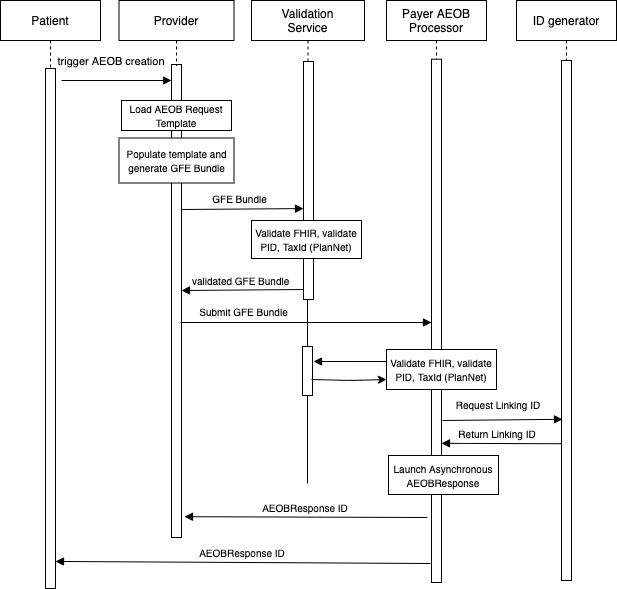
Above: input/images/SubmitAEOB.drawio.png in HL7/davinci-pct (draw.io), before the change. Source tidied: cells renumbered, new cells last; positions are measured from the earlier drawing's top-left corner, leaving out a move shared by most shapes.
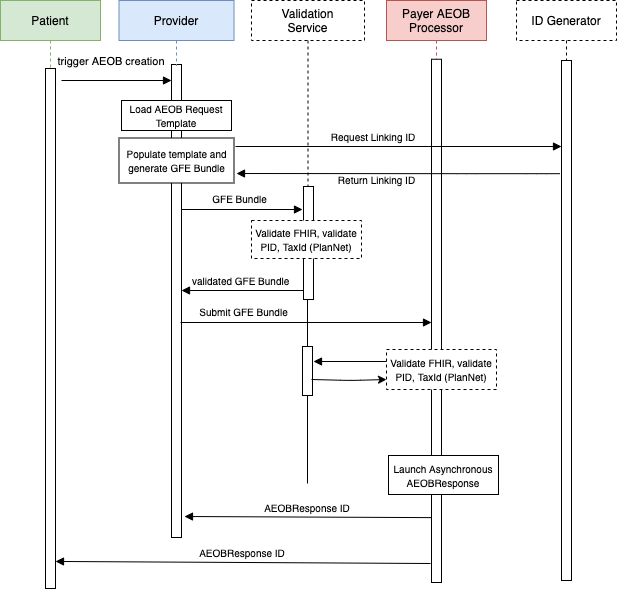
Above is the later version.

Change to the diagram source:
```diff
@@ -18,7 +18,7 @@
     <mxCell id="4" style="points=[];perimeter=orthogonalPerimeter;rounded=0;shadow=0;strokeWidth=1;" parent="1" vertex="1">
       <mxGeometry x="171" y="64" width="10" height="473" as="geometry" />
     </mxCell>
-    <mxCell id="5" value="Provider" style="shape=umlLifeline;perimeter=lifelinePerimeter;rounded=0;shadow=0;strokeWidth=1;" parent="1" vertex="1">
+    <mxCell id="5" value="Provider" style="shape=umlLifeline;perimeter=lifelinePerimeter;rounded=0;shadow=0;strokeWidth=1;fillColor=#dae8fc;strokeColor=#6c8ebf;" parent="1" vertex="1">
       <mxGeometry x="118.5" width="115" height="65" as="geometry" />
     </mxCell>
     <mxCell id="6" value="&lt;font style=&quot;font-size: 10px&quot;&gt;Load AEOB Request Template&lt;/font&gt;" style="rounded=0;whiteSpace=wrap;html=1;" parent="5" vertex="1">
@@ -27,7 +27,7 @@
     <mxCell id="7" value="&lt;font style=&quot;font-size: 10px&quot;&gt;Populate template and generate GFE Bundle&lt;/font&gt;" style="rounded=0;whiteSpace=wrap;html=1;" parent="5" vertex="1">
       <mxGeometry y="137.5" width="115" height="45" as="geometry" />
     </mxCell>
-    <mxCell id="8" value="Payer AEOB&#10;Processor" style="shape=umlLifeline;perimeter=lifelinePerimeter;rounded=0;shadow=0;strokeWidth=1;" parent="1" vertex="1">
+    <mxCell id="8" value="Payer AEOB&#10;Processor" style="shape=umlLifeline;perimeter=lifelinePerimeter;rounded=0;shadow=0;strokeWidth=1;fillColor=#f8cecc;strokeColor=#b85450;" parent="1" vertex="1">
       <mxGeometry x="386" width="100" height="443" as="geometry" />
     </mxCell>
     <mxCell id="9" style="points=[];perimeter=orthogonalPerimeter;rounded=0;shadow=0;strokeWidth=1;" parent="1" vertex="1">
@@ -42,22 +42,22 @@
         </Array>
       </mxGeometry>
     </mxCell>
-    <mxCell id="11" value="Patient" style="shape=umlLifeline;perimeter=lifelinePerimeter;rounded=0;shadow=0;strokeWidth=1;" parent="1" vertex="1">
+    <mxCell id="11" value="Patient" style="shape=umlLifeline;perimeter=lifelinePerimeter;rounded=0;shadow=0;strokeWidth=1;fillColor=#d5e8d4;strokeColor=#82b366;" parent="1" vertex="1">
       <mxGeometry width="100" height="588" as="geometry" />
     </mxCell>
     <mxCell id="12" style="points=[];perimeter=orthogonalPerimeter;rounded=0;shadow=0;strokeWidth=1;" parent="11" vertex="1">
       <mxGeometry x="45" y="68" width="10" height="520" as="geometry" />
     </mxCell>
-    <mxCell id="13" value="Validation&#10;Service" style="shape=umlLifeline;perimeter=lifelinePerimeter;rounded=0;shadow=0;strokeWidth=1;" parent="1" vertex="1">
+    <mxCell id="13" value="Validation&#10;Service" style="shape=umlLifeline;perimeter=lifelinePerimeter;rounded=0;shadow=0;strokeWidth=1;dashed=1;" parent="1" vertex="1">
       <mxGeometry x="251" width="113" height="299" as="geometry" />
     </mxCell>
     <mxCell id="14" style="points=[];perimeter=orthogonalPerimeter;rounded=0;shadow=0;strokeWidth=1;" parent="13" vertex="1">
-      <mxGeometry x="52" y="61" width="10" height="238" as="geometry" />
+      <mxGeometry x="52" y="186" width="10" height="113" as="geometry" />
     </mxCell>
-    <mxCell id="15" value="&lt;font style=&quot;font-size: 10px&quot;&gt;Validate FHIR, validate PID, TaxId (PlanNet)&lt;/font&gt;" style="rounded=0;whiteSpace=wrap;html=1;" parent="13" vertex="1">
+    <mxCell id="15" value="&lt;font style=&quot;font-size: 10px&quot;&gt;Validate FHIR, validate PID, TaxId (PlanNet)&lt;/font&gt;" style="rounded=0;whiteSpace=wrap;html=1;dashed=1;" parent="13" vertex="1">
       <mxGeometry y="220" width="110" height="38" as="geometry" />
     </mxCell>
-    <mxCell id="16" value="ID generator" style="shape=umlLifeline;perimeter=lifelinePerimeter;rounded=0;shadow=0;strokeWidth=1;" parent="1" vertex="1">
+    <mxCell id="16" value="ID Generator" style="shape=umlLifeline;perimeter=lifelinePerimeter;rounded=0;shadow=0;strokeWidth=1;dashed=1;" parent="1" vertex="1">
       <mxGeometry x="516" width="100" height="535" as="geometry" />
     </mxCell>
     <mxCell id="17" style="verticalAlign=bottom;endArrow=block;shadow=0;strokeWidth=1;" parent="1" edge="1">
@@ -66,13 +66,15 @@
         <mxPoint x="431" y="322" as="targetPoint" />
       </mxGeometry>
     </mxCell>
-    <mxCell id="18" style="verticalAlign=bottom;endArrow=block;entryX=0;entryY=0.618;shadow=0;strokeWidth=1;entryDx=0;entryDy=0;entryPerimeter=0;" parent="1" edge="1" target="14">
+    <mxCell id="18" style="verticalAlign=bottom;endArrow=block;shadow=0;strokeWidth=1;" parent="1" edge="1">
       <mxGeometry relative="1" as="geometry">
         <mxPoint x="181" y="209" as="sourcePoint" />
+        <mxPoint x="302" y="209" as="targetPoint" />
       </mxGeometry>
     </mxCell>
-    <mxCell id="19" value="validated GFE Bundle " style="verticalAlign=bottom;endArrow=block;entryX=1;entryY=0;shadow=0;strokeWidth=1;fontSize=10;exitX=0;exitY=0.958;exitDx=0;exitDy=0;exitPerimeter=0;" parent="1" edge="1" source="14">
+    <mxCell id="19" value="validated GFE Bundle " style="verticalAlign=bottom;endArrow=block;entryX=1;entryY=0;shadow=0;strokeWidth=1;fontSize=10;" parent="1" edge="1">
       <mxGeometry relative="1" as="geometry">
+        <mxPoint x="303" y="290" as="sourcePoint" />
         <mxPoint x="181" y="290" as="targetPoint" />
       </mxGeometry>
     </mxCell>
@@ -85,23 +87,21 @@
     <mxCell id="21" value="GFE Bundle" style="text;html=1;align=center;verticalAlign=middle;fillColor=none;strokeColor=none;rounded=0;fontSize=10;" parent="1" vertex="1">
       <mxGeometry x="207" y="190" width="64" height="16" as="geometry" />
     </mxCell>
-    <mxCell id="22" value="Request Linking ID" style="verticalAlign=bottom;endArrow=block;shadow=0;strokeWidth=1;fontSize=10;entryX=0.1;entryY=0.69;entryDx=0;entryDy=0;entryPerimeter=0;" parent="1" edge="1" target="25">
-      <mxGeometry x="-0.07" y="5" relative="1" as="geometry">
-        <mxPoint x="442" y="420" as="sourcePoint" />
+    <mxCell id="22" value="Request Linking ID" style="verticalAlign=bottom;endArrow=block;shadow=0;strokeWidth=1;fontSize=10;entryX=0.1;entryY=0.69;entryDx=0;entryDy=0;entryPerimeter=0;" parent="1" edge="1">
+      <mxGeometry x="-0.15" relative="1" as="geometry">
+        <mxPoint x="235" y="146" as="sourcePoint" />
+        <mxPoint x="561" y="146" as="targetPoint" />
       </mxGeometry>
     </mxCell>
-    <mxCell id="23" value="&lt;font style=&quot;font-size: 10px&quot;&gt;Validate FHIR, validate PID, TaxId (PlanNet)&lt;/font&gt;" style="rounded=0;whiteSpace=wrap;html=1;" parent="1" vertex="1">
+    <mxCell id="23" value="&lt;font style=&quot;font-size: 10px&quot;&gt;Validate FHIR, validate PID, TaxId (PlanNet)&lt;/font&gt;" style="rounded=0;whiteSpace=wrap;html=1;dashed=1;" parent="1" vertex="1">
       <mxGeometry x="386" y="349" width="110" height="40" as="geometry" />
     </mxCell>
-    <mxCell id="24" value="Return Linking ID" style="verticalAlign=bottom;endArrow=block;entryX=1;entryY=0.734;shadow=0;strokeWidth=1;fontSize=10;entryDx=0;entryDy=0;entryPerimeter=0;exitX=0;exitY=0.737;exitDx=0;exitDy=0;exitPerimeter=0;" parent="1" edge="1" source="25" target="9">
-      <mxGeometry x="0.07" relative="1" as="geometry" />
-    </mxCell>
     <mxCell id="25" style="points=[];perimeter=orthogonalPerimeter;rounded=0;shadow=0;strokeWidth=1;" parent="1" vertex="1">
       <mxGeometry x="561" y="60" width="10" height="520" as="geometry" />
     </mxCell>
-    <mxCell id="26" value="AEOBResponse ID" style="verticalAlign=bottom;endArrow=block;shadow=0;strokeWidth=1;fontSize=10;entryX=1.3;entryY=0.956;entryDx=0;entryDy=0;entryPerimeter=0;" parent="1" edge="1" target="4">
+    <mxCell id="26" value="AEOBResponse ID" style="verticalAlign=bottom;endArrow=block;shadow=0;strokeWidth=1;fontSize=10;exitX=0;exitY=0.876;exitDx=0;exitDy=0;exitPerimeter=0;" parent="1" edge="1" source="9">
       <mxGeometry relative="1" as="geometry">
-        <mxPoint x="427" y="517" as="sourcePoint" />
+        <mxPoint x="184" y="516" as="targetPoint" />
       </mxGeometry>
     </mxCell>
     <mxCell id="27" value="AEOBResponse ID" style="verticalAlign=bottom;endArrow=block;shadow=0;strokeWidth=1;fontSize=10;entryX=1;entryY=0.948;entryDx=0;entryDy=0;entryPerimeter=0;" parent="1" edge="1" target="12">
@@ -128,5 +128,15 @@
         </Array>
       </mxGeometry>
     </mxCell>
+    <mxCell id="24" value="Return Linking ID" style="verticalAlign=bottom;endArrow=block;shadow=0;strokeWidth=1;fontSize=10;" parent="1" edge="1">
+      <mxGeometry x="0.13" y="16" relative="1" as="geometry">
+        <mxPoint x="559.5" y="173.2" as="sourcePoint" />
+        <mxPoint x="236" y="173" as="targetPoint" />
+        <Array as="points">
+          <mxPoint x="536" y="173.2" />
+          <mxPoint x="466" y="173.2" />
+        </Array>
+      </mxGeometry>
+    </mxCell>
   </root>
 </mxGraphModel>
```
